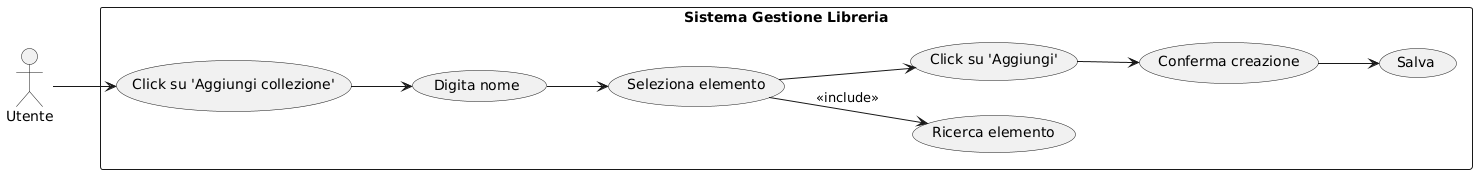
Zi0LEO/GestoreLibreria keeps this PlantUML diagram as report/media/useCase2.png. Above is the earlier version. Its diagram source:
```plantuml
@startuml
left to right direction
skinparam packageStyle rectangle

actor Utente

rectangle "Sistema Gestione Libreria" {
    usecase "Ricerca elemento" as UCex
    usecase "Click su 'Aggiungi collezione'" as UC1
    usecase "Digita nome" as UC2
    usecase "Seleziona elemento" as UC3
    usecase "Click su 'Aggiungi'" as UC4
    usecase "Conferma creazione" as UC5
    usecase "Salva" as UC6
}

Utente --> UC1
UC1 --> UC2
UC2 --> UC3
UC3 --> UCex: <<include>>
UC3 --> UC4
UC4 --> UC5
UC5 --> UC6
@enduml
```
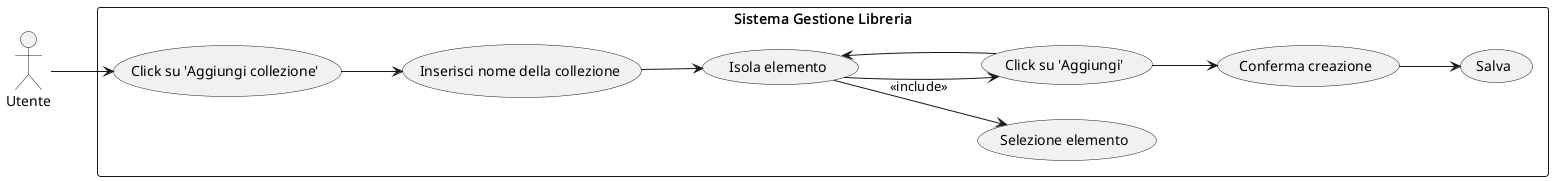
Later version of the same file.

Change to the diagram source:
```diff
@@ -5,10 +5,10 @@
 actor Utente
 
 rectangle "Sistema Gestione Libreria" {
-    usecase "Ricerca elemento" as UCex
+    usecase "Selezione elemento" as UCex
     usecase "Click su 'Aggiungi collezione'" as UC1
-    usecase "Digita nome" as UC2
-    usecase "Seleziona elemento" as UC3
+    usecase "Inserisci nome della collezione" as UC2
+    usecase "Isola elemento" as UC3
     usecase "Click su 'Aggiungi'" as UC4
     usecase "Conferma creazione" as UC5
     usecase "Salva" as UC6
@@ -19,6 +19,7 @@
 UC2 --> UC3
 UC3 --> UCex: <<include>>
 UC3 --> UC4
+UC4 --> UC3
 UC4 --> UC5
 UC5 --> UC6
 @enduml
```
